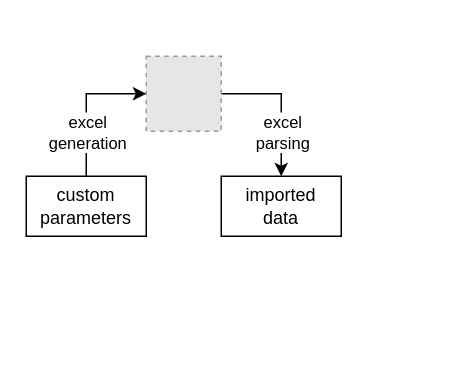
This is org/program summary.drawio from mrbertp/homestead, a draw.io file, before an edit. Source tidied: cells renumbered, new cells numbered last; positions are measured from the earlier drawing's top-left corner, leaving out a move shared by most shapes. Both pictures are drawn from the tidied source at 150%, with x=0, y=0 at pixel (26, 56). Pictures stored in the file or linked from it are replaced by grey dashed boxes.
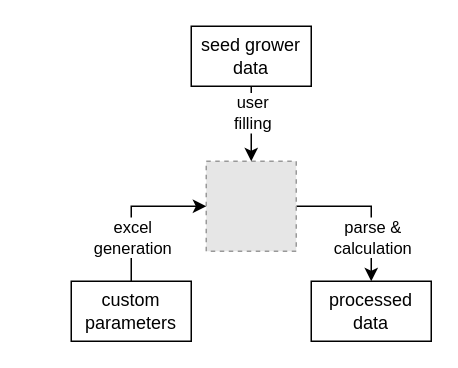
After the change.

Commit message (it also covers changes not shown here):
read from excel sheet, metrics calculation, write to excel sheet, wrapping in function and package, data folder

Diff of the diagram source:
```diff
@@
 <mxGraphModel>
   <root>
     <mxCell id="0" />
     <mxCell id="1" parent="0" />
-    <mxCell id="2" value="imported&lt;br&gt;data" style="rounded=0;whiteSpace=wrap;html=1;" parent="1" vertex="1">
-      <mxGeometry x="130" y="80" width="80" height="40" as="geometry" />
+    <mxCell id="2" value="processed&lt;br&gt;data" style="rounded=0;whiteSpace=wrap;html=1;" parent="1" vertex="1">
+      <mxGeometry x="190" y="150" width="80" height="40" as="geometry" />
     </mxCell>
-    <mxCell id="3" style="edgeStyle=orthogonalEdgeStyle;rounded=0;jettySize=auto;html=1;exitX=1;exitY=0.5;exitDx=0;exitDy=0;startSize=6;entryX=0.5;entryY=0;entryDx=0;entryDy=0;" parent="1" edge="1" source="5" target="2">
+    <mxCell id="3" style="edgeStyle=orthogonalEdgeStyle;rounded=0;jettySize=auto;html=1;startSize=6;entryX=0.5;entryY=0;entryDx=0;entryDy=0;exitX=1;exitY=0.5;exitDx=0;exitDy=0;" parent="1" edge="1" source="5" target="2">
       <mxGeometry relative="1" as="geometry" />
     </mxCell>
-    <mxCell id="4" value="excel&lt;br&gt;parsing" style="edgeLabel;html=1;align=center;verticalAlign=middle;" parent="3" vertex="1">
+    <mxCell id="4" value="parse &amp;amp;&lt;br&gt;calculation" style="edgeLabel;html=1;align=center;verticalAlign=middle;" parent="3" vertex="1">
       <mxGeometry x="0.09" relative="1" as="geometry">
-        <mxPoint y="13" as="offset" />
+        <mxPoint y="15" as="offset" />
       </mxGeometry>
     </mxCell>
     <mxCell id="5" style="fillColor=#E6E6E6;strokeColor=#999999;dashed=1;verticalLabelPosition=bottom;verticalAlign=top;" parent="1" vertex="1">
-      <mxGeometry x="80" width="50" height="50" as="geometry" />
+      <mxGeometry x="120" y="70" width="60" height="60" as="geometry" />
     </mxCell>
     <mxCell id="6" style="edgeStyle=orthogonalEdgeStyle;rounded=0;jettySize=auto;html=1;exitX=0.5;exitY=0;exitDx=0;exitDy=0;entryX=0;entryY=0.5;entryDx=0;entryDy=0;startSize=6;" parent="1" edge="1" source="8" target="5">
-      <mxGeometry relative="1" as="geometry" />
+      <mxGeometry relative="1" as="geometry">
+        <Array as="points">
+          <mxPoint x="70" y="150" />
+          <mxPoint x="70" y="100" />
+        </Array>
+      </mxGeometry>
     </mxCell>
     <mxCell id="7" value="excel&lt;br&gt;generation" style="edgeLabel;html=1;align=center;verticalAlign=middle;" parent="6" vertex="1">
       <mxGeometry x="-0.22" relative="1" as="geometry">
-        <mxPoint y="7" as="offset" />
+        <mxPoint y="9" as="offset" />
       </mxGeometry>
     </mxCell>
     <mxCell id="8" value="custom&lt;br&gt;parameters" style="rounded=0;whiteSpace=wrap;html=1;" parent="1" vertex="1">
-      <mxGeometry y="80" width="80" height="40" as="geometry" />
+      <mxGeometry x="30" y="150" width="80" height="40" as="geometry" />
     </mxCell>
+    <mxCell id="9" value="seed grower&lt;br&gt;data" style="rounded=0;whiteSpace=wrap;html=1;" parent="1" vertex="1">
+      <mxGeometry x="110" y="-20" width="80" height="40" as="geometry" />
+    </mxCell>
+    <mxCell id="10" style="endArrow=classic;html=1;entryX=0.5;entryY=0;entryDx=0;entryDy=0;exitX=0.5;exitY=1;exitDx=0;exitDy=0;" parent="1" edge="1" source="9" target="5">
+      <mxGeometry relative="1" as="geometry" />
+    </mxCell>
+    <mxCell id="11" value="user&lt;br&gt;filling" style="edgeLabel;html=1;align=center;verticalAlign=middle;" parent="10" vertex="1">
+      <mxGeometry x="-0.31" relative="1" as="geometry" />
+    </mxCell>
   </root>
 </mxGraphModel>
```
